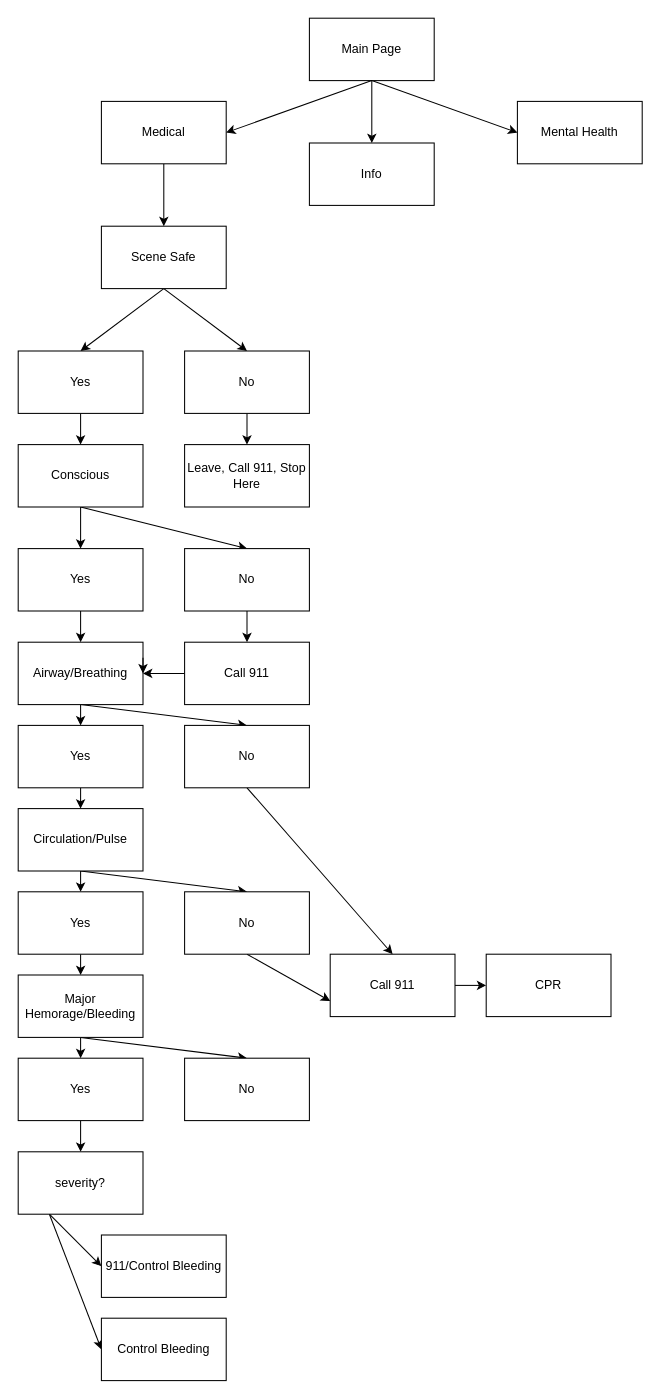
Earlier version of the draw.io diagram UserFlowDiagram.drawio (tfinnm/FirstAid-App). Source tidied: cells renumbered, new cells numbered last; positions are measured from the earlier drawing's top-left corner, leaving out a move shared by most shapes. Both pictures are drawn from the tidied source at 104%, with x=0, y=0 at pixel (18, 18).
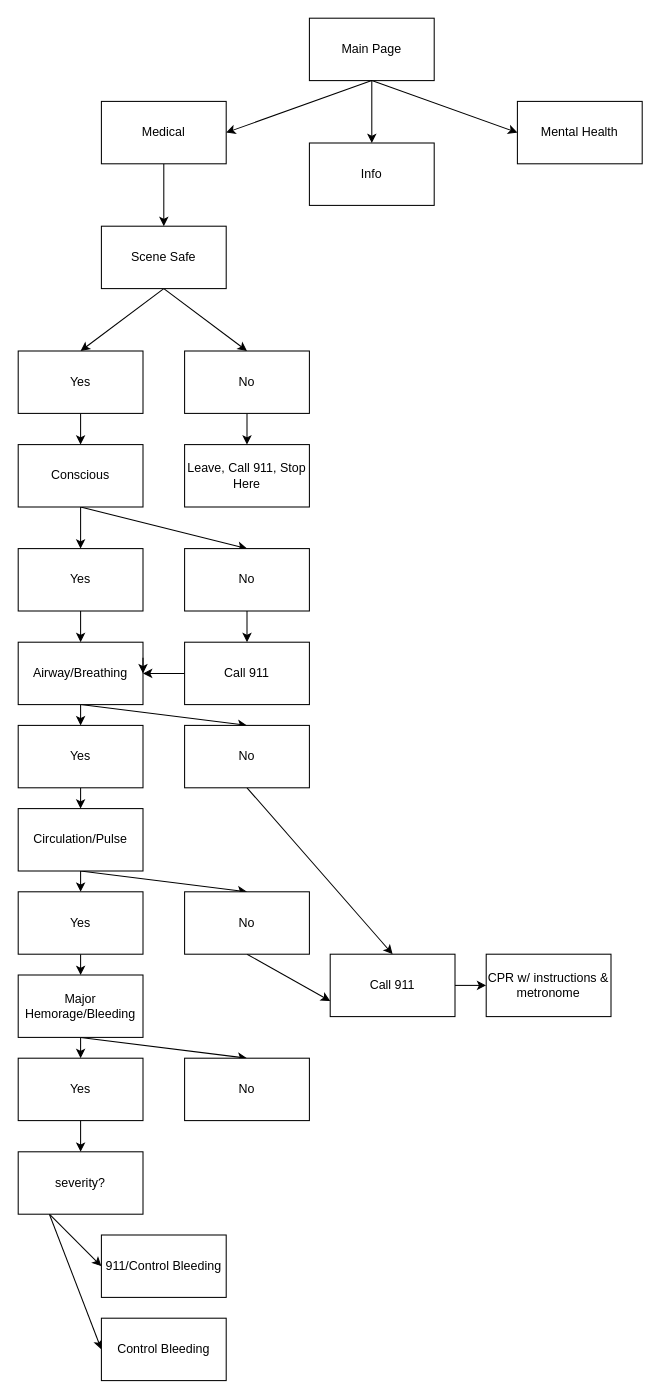
The same diagram, later.

Change to the diagram source:
```diff
@@
-    <mxCell id="47" value="CPR" style="rounded=0;whiteSpace=wrap;html=1;" parent="1" vertex="1">
+    <mxCell id="47" value="CPR w/ instructions &amp;amp; metronome" style="rounded=0;whiteSpace=wrap;html=1;" parent="1" vertex="1">
       <mxGeometry x="450" y="900" width="120" height="60" as="geometry" />
     </mxCell>
```
